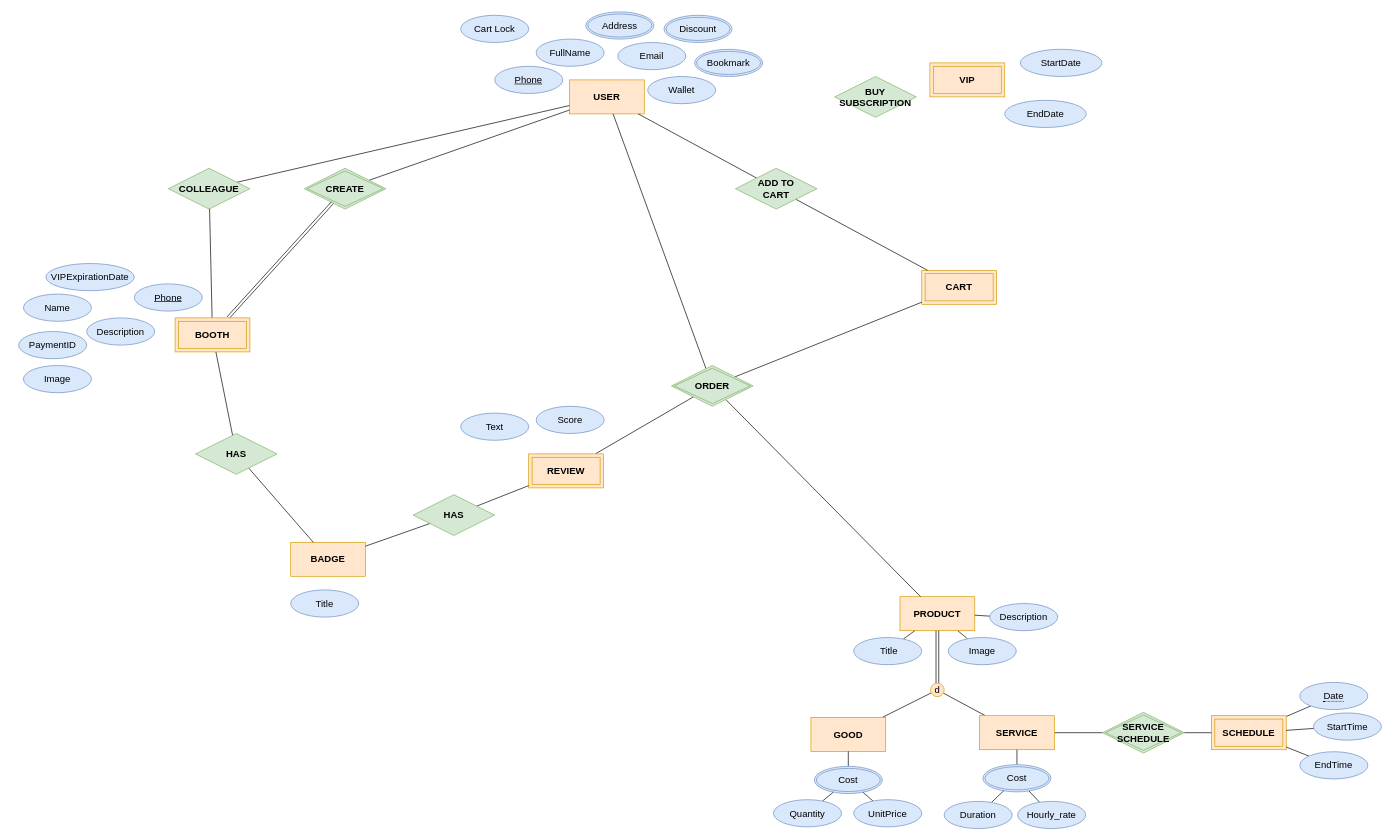
Before: DivarBasuEER.drawio in ReyhunSKhosravi/DivarBasu, a draw.io diagram. Source tidied: cells renumbered, new cells numbered last; positions are measured from the earlier drawing's top-left corner, leaving out a move shared by most shapes. Both pictures are drawn from the tidied source at 68%, with x=0, y=0 at pixel (18, 12).
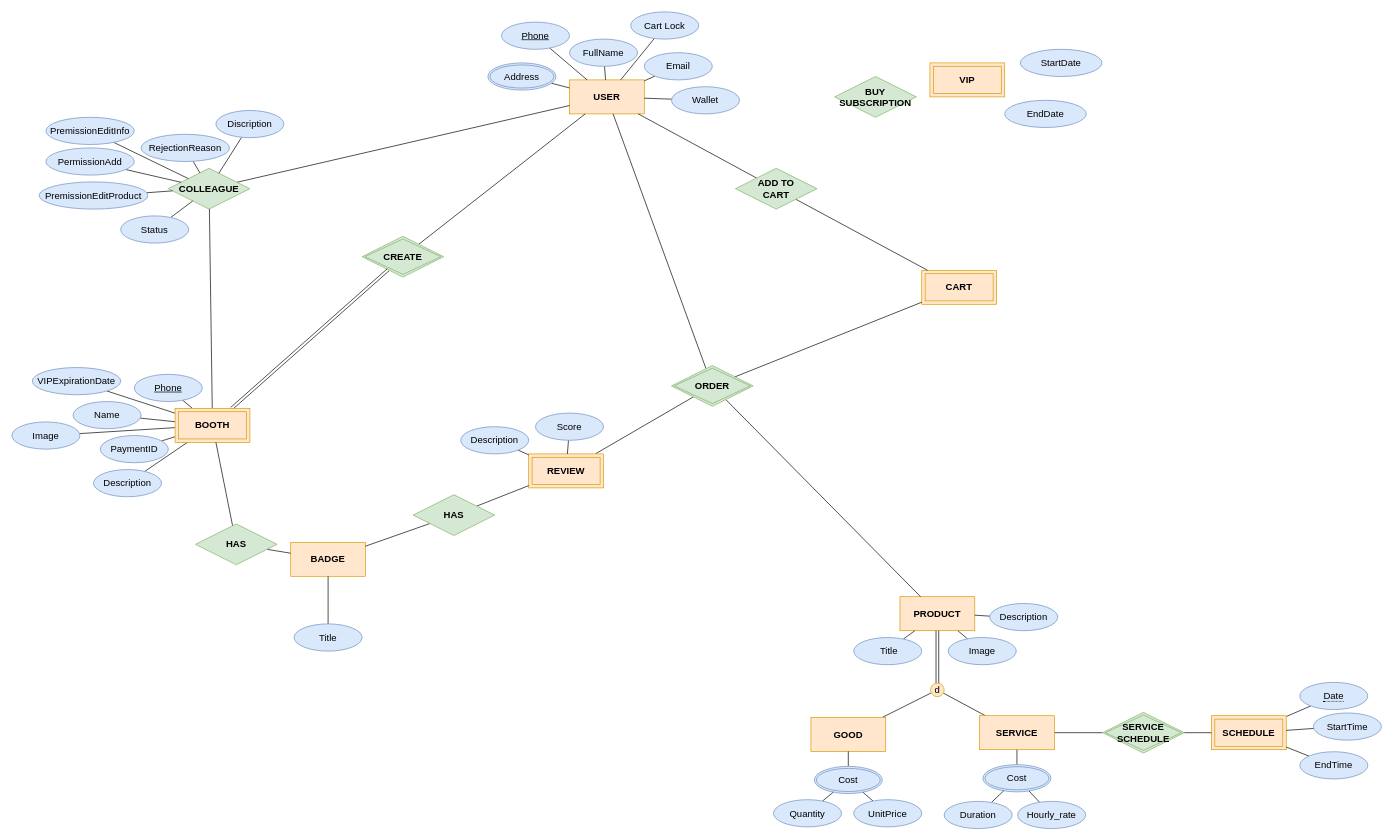
The same page after the edit.

Commit message:
add attributes to COLLEAGUE releation

The change refers to these unchanged cells:
```xml
<mxCell id="3" value="&lt;font style=&quot;font-size: 14px;&quot;&gt;&lt;b&gt;REVIEW&lt;/b&gt;&lt;/font&gt;" style="shape=ext;margin=3;double=1;whiteSpace=wrap;html=1;align=center;fillColor=#ffe6cc;strokeColor=#d79b00;" parent="1" vertex="1">
  <mxGeometry x="750" y="650" width="110" height="50" as="geometry" />
</mxCell>
<mxCell id="12" value="USER" style="whiteSpace=wrap;html=1;align=center;strokeColor=#d79b00;verticalAlign=middle;fontFamily=Helvetica;fontSize=14;fontColor=default;fillColor=#ffe6cc;fontStyle=1;" parent="1" vertex="1">
  <mxGeometry x="810" y="100" width="110" height="50" as="geometry" />
</mxCell>
<mxCell id="63" value="&lt;span style=&quot;font-size: 14px;&quot;&gt;&lt;b&gt;COLLEAGUE&lt;/b&gt;&lt;/span&gt;" style="shape=rhombus;perimeter=rhombusPerimeter;whiteSpace=wrap;html=1;align=center;fillColor=#d5e8d4;strokeColor=#82b366;" parent="1" vertex="1">
  <mxGeometry x="220" y="230" width="120" height="60" as="geometry" />
</mxCell>
<mxCell id="75" value="BADGE" style="whiteSpace=wrap;html=1;align=center;strokeColor=#d79b00;verticalAlign=middle;fontFamily=Helvetica;fontSize=14;fontColor=default;fillColor=#ffe6cc;fontStyle=1;" parent="1" vertex="1">
  <mxGeometry x="400" y="780" width="110" height="50" as="geometry" />
</mxCell>
```

Diff of the diagram source:
```diff
@@
+    <mxCell id="83" style="rounded=0;jettySize=auto;html=1;endArrow=none;endFill=0;" parent="1" edge="1" source="14" target="12">
+      <mxGeometry relative="1" as="geometry" />
+    </mxCell>
     <mxCell id="14" value="Address" style="ellipse;shape=doubleEllipse;margin=3;whiteSpace=wrap;html=1;align=center;fillColor=#dae8fc;strokeColor=#6c8ebf;fontSize=14;" parent="1" vertex="1">
-      <mxGeometry x="834" width="100" height="40" as="geometry" />
+      <mxGeometry x="690" y="75" width="100" height="40" as="geometry" />
     </mxCell>
+    <mxCell id="84" style="rounded=0;jettySize=auto;html=1;endArrow=none;endFill=0;" parent="1" edge="1" source="15" target="12">
+      <mxGeometry relative="1" as="geometry" />
+    </mxCell>
     <mxCell id="15" value="Phone" style="ellipse;whiteSpace=wrap;html=1;align=center;fontStyle=4;fillColor=#dae8fc;strokeColor=#6c8ebf;fontSize=14;" parent="1" vertex="1">
-      <mxGeometry x="700" y="80" width="100" height="40" as="geometry" />
+      <mxGeometry x="710" y="15" width="100" height="40" as="geometry" />
     </mxCell>
+    <mxCell id="85" style="rounded=0;jettySize=auto;html=1;endArrow=none;endFill=0;" parent="1" edge="1" source="16" target="12">
+      <mxGeometry relative="1" as="geometry" />
+    </mxCell>
     <mxCell id="16" value="Email" style="ellipse;whiteSpace=wrap;html=1;align=center;fillColor=#dae8fc;strokeColor=#6c8ebf;fontSize=14;" parent="1" vertex="1">
-      <mxGeometry x="881" y="45" width="100" height="40" as="geometry" />
+      <mxGeometry x="920" y="60" width="100" height="40" as="geometry" />
     </mxCell>
+    <mxCell id="86" style="rounded=0;jettySize=auto;html=1;endArrow=none;endFill=0;" parent="1" edge="1" source="17" target="12">
+      <mxGeometry relative="1" as="geometry" />
+    </mxCell>
     <mxCell id="17" value="Wallet" style="ellipse;whiteSpace=wrap;html=1;align=center;fillColor=#dae8fc;strokeColor=#6c8ebf;fontSize=14;" parent="1" vertex="1">
-      <mxGeometry x="925" y="95" width="100" height="40" as="geometry" />
+      <mxGeometry x="960" y="110" width="100" height="40" as="geometry" />
     </mxCell>
-    <mxCell id="18" value="Bookmark" style="ellipse;shape=doubleEllipse;margin=3;whiteSpace=wrap;html=1;align=center;fillColor=#dae8fc;strokeColor=#6c8ebf;fontSize=14;" parent="1" vertex="1">
-      <mxGeometry x="994" y="55" width="100" height="40" as="geometry" />
-    </mxCell>
+    <mxCell id="87" style="rounded=0;jettySize=auto;html=1;endArrow=none;endFill=0;" parent="1" edge="1" source="19" target="12">
+      <mxGeometry relative="1" as="geometry" />
+    </mxCell>
     <mxCell id="19" value="FullName" style="ellipse;whiteSpace=wrap;html=1;align=center;fillColor=#dae8fc;strokeColor=#6c8ebf;fontSize=14;" parent="1" vertex="1">
-      <mxGeometry x="761" y="40" width="100" height="40" as="geometry" />
+      <mxGeometry x="810" y="40" width="100" height="40" as="geometry" />
     </mxCell>
@@
+    <mxCell id="88" style="rounded=0;jettySize=auto;html=1;endArrow=none;endFill=0;" parent="1" edge="1" source="21" target="3">
+      <mxGeometry relative="1" as="geometry" />
+    </mxCell>
     <mxCell id="21" value="Score" style="ellipse;whiteSpace=wrap;html=1;align=center;fillColor=#dae8fc;strokeColor=#6c8ebf;fontSize=14;" parent="1" vertex="1">
-      <mxGeometry x="761" y="580" width="100" height="40" as="geometry" />
+      <mxGeometry x="760" y="590" width="100" height="40" as="geometry" />
     </mxCell>
+    <mxCell id="89" style="rounded=0;jettySize=auto;html=1;endArrow=none;endFill=0;" parent="1" edge="1" source="22" target="3">
+      <mxGeometry relative="1" as="geometry" />
+    </mxCell>
-    <mxCell id="22" value="Text" style="ellipse;whiteSpace=wrap;html=1;align=center;fillColor=#dae8fc;strokeColor=#6c8ebf;fontSize=14;" parent="1" vertex="1">
-      <mxGeometry x="650" y="590" width="100" height="40" as="geometry" />
+    <mxCell id="22" value="Description" style="ellipse;whiteSpace=wrap;html=1;align=center;fillColor=#dae8fc;strokeColor=#6c8ebf;fontSize=14;" parent="1" vertex="1">
+      <mxGeometry x="650" y="610" width="100" height="40" as="geometry" />
     </mxCell>
@@
-    <mxCell id="34" value="Discount" style="ellipse;shape=doubleEllipse;margin=3;whiteSpace=wrap;html=1;align=center;fillColor=#dae8fc;strokeColor=#6c8ebf;fontSize=14;" parent="1" vertex="1">
-      <mxGeometry x="949" y="5" width="100" height="40" as="geometry" />
-    </mxCell>
@@
+    <mxCell id="90" style="rounded=0;jettySize=auto;html=1;endArrow=none;endFill=0;" parent="1" edge="1" source="54" target="12">
+      <mxGeometry relative="1" as="geometry" />
+    </mxCell>
     <mxCell id="54" value="Cart Lock" style="ellipse;whiteSpace=wrap;html=1;align=center;fillColor=#dae8fc;strokeColor=#6c8ebf;fontSize=14;" parent="1" vertex="1">
-      <mxGeometry x="650" y="5" width="100" height="40" as="geometry" />
+      <mxGeometry x="900" width="100" height="40" as="geometry" />
     </mxCell>
@@
     <mxCell id="65" value="&lt;span style=&quot;font-size: 14px;&quot;&gt;&lt;b&gt;CREATE&lt;/b&gt;&lt;/span&gt;" style="shape=rhombus;double=1;perimeter=rhombusPerimeter;whiteSpace=wrap;html=1;align=center;fillColor=#d5e8d4;strokeColor=#82b366;" parent="1" vertex="1">
-      <mxGeometry x="420" y="230" width="120" height="60" as="geometry" />
+      <mxGeometry x="505" y="330" width="120" height="60" as="geometry" />
     </mxCell>
+    <mxCell id="91" style="rounded=0;jettySize=auto;html=1;endArrow=none;endFill=0;" parent="1" edge="1" source="66" target="74">
+      <mxGeometry relative="1" as="geometry" />
+    </mxCell>
     <mxCell id="66" value="Phone" style="ellipse;whiteSpace=wrap;html=1;align=center;fontStyle=4;fillColor=#dae8fc;strokeColor=#6c8ebf;fontSize=14;" parent="1" vertex="1">
-      <mxGeometry x="170" y="400" width="100" height="40" as="geometry" />
+      <mxGeometry x="170" y="533" width="100" height="40" as="geometry" />
     </mxCell>
+    <mxCell id="92" style="rounded=0;jettySize=auto;html=1;endArrow=none;endFill=0;" parent="1" edge="1" source="67" target="74">
+      <mxGeometry relative="1" as="geometry" />
+    </mxCell>
     <mxCell id="67" value="VIPExpirationDate" style="ellipse;whiteSpace=wrap;html=1;align=center;fillColor=#dae8fc;strokeColor=#6c8ebf;fontSize=14;" parent="1" vertex="1">
-      <mxGeometry x="40" y="370" width="130" height="40" as="geometry" />
+      <mxGeometry x="20" y="523" width="130" height="40" as="geometry" />
     </mxCell>
+    <mxCell id="93" style="rounded=0;jettySize=auto;html=1;endArrow=none;endFill=0;" parent="1" edge="1" source="68" target="74">
+      <mxGeometry relative="1" as="geometry" />
+    </mxCell>
     <mxCell id="68" value="Name" style="ellipse;whiteSpace=wrap;html=1;align=center;fillColor=#dae8fc;strokeColor=#6c8ebf;fontSize=14;" parent="1" vertex="1">
-      <mxGeometry x="7" y="415" width="100" height="40" as="geometry" />
+      <mxGeometry x="80" y="573" width="100" height="40" as="geometry" />
     </mxCell>
+    <mxCell id="94" style="rounded=0;jettySize=auto;html=1;endArrow=none;endFill=0;" parent="1" edge="1" source="69" target="74">
+      <mxGeometry relative="1" as="geometry" />
+    </mxCell>
     <mxCell id="69" value="Description" style="ellipse;whiteSpace=wrap;html=1;align=center;fillColor=#dae8fc;strokeColor=#6c8ebf;fontSize=14;" parent="1" vertex="1">
-      <mxGeometry x="100" y="450" width="100" height="40" as="geometry" />
+      <mxGeometry x="110" y="673" width="100" height="40" as="geometry" />
     </mxCell>
+    <mxCell id="95" style="rounded=0;jettySize=auto;html=1;endArrow=none;endFill=0;" parent="1" edge="1" source="70" target="74">
+      <mxGeometry relative="1" as="geometry" />
+    </mxCell>
     <mxCell id="70" value="Image" style="ellipse;whiteSpace=wrap;html=1;align=center;fillColor=#dae8fc;strokeColor=#6c8ebf;fontSize=14;" parent="1" vertex="1">
-      <mxGeometry x="7" y="520" width="100" height="40" as="geometry" />
+      <mxGeometry x="-10" y="603" width="100" height="40" as="geometry" />
     </mxCell>
+    <mxCell id="96" style="rounded=0;jettySize=auto;html=1;endArrow=none;endFill=0;" parent="1" edge="1" source="71" target="74">
+      <mxGeometry relative="1" as="geometry" />
+    </mxCell>
     <mxCell id="71" value="PaymentID" style="ellipse;whiteSpace=wrap;html=1;align=center;fillColor=#dae8fc;strokeColor=#6c8ebf;fontSize=14;" parent="1" vertex="1">
-      <mxGeometry y="470" width="100" height="40" as="geometry" />
+      <mxGeometry x="120" y="623" width="100" height="40" as="geometry" />
     </mxCell>
@@
     <mxCell id="74" value="&lt;font style=&quot;font-size: 14px;&quot;&gt;&lt;b&gt;BOOTH&lt;/b&gt;&lt;/font&gt;" style="shape=ext;margin=3;double=1;whiteSpace=wrap;html=1;align=center;fillColor=#ffe6cc;strokeColor=#d79b00;" parent="1" vertex="1">
-      <mxGeometry x="230" y="450" width="110" height="50" as="geometry" />
+      <mxGeometry x="230" y="583" width="110" height="50" as="geometry" />
     </mxCell>
@@
+    <mxCell id="97" style="rounded=0;jettySize=auto;html=1;endArrow=none;endFill=0;" parent="1" edge="1" source="76" target="75">
+      <mxGeometry relative="1" as="geometry" />
+    </mxCell>
     <mxCell id="76" value="Title" style="ellipse;whiteSpace=wrap;html=1;align=center;fillColor=#dae8fc;strokeColor=#6c8ebf;fontSize=14;" parent="1" vertex="1">
-      <mxGeometry x="400" y="850" width="100" height="40" as="geometry" />
+      <mxGeometry x="405" y="900" width="100" height="40" as="geometry" />
     </mxCell>
@@
     <mxCell id="82" value="&lt;span style=&quot;font-size: 14px;&quot;&gt;&lt;b&gt;HAS&lt;/b&gt;&lt;/span&gt;" style="shape=rhombus;perimeter=rhombusPerimeter;whiteSpace=wrap;html=1;align=center;fillColor=#d5e8d4;strokeColor=#82b366;" parent="1" vertex="1">
-      <mxGeometry x="260" y="620" width="120" height="60" as="geometry" />
+      <mxGeometry x="260" y="753" width="120" height="60" as="geometry" />
     </mxCell>
+    <mxCell id="98" style="rounded=0;jettySize=auto;html=1;endArrow=none;endFill=0;" parent="1" edge="1" source="99" target="63">
+      <mxGeometry relative="1" as="geometry" />
+    </mxCell>
+    <mxCell id="99" value="Status" style="ellipse;whiteSpace=wrap;html=1;align=center;fillColor=#dae8fc;strokeColor=#6c8ebf;fontSize=14;" parent="1" vertex="1">
+      <mxGeometry x="150" y="300" width="100" height="40" as="geometry" />
+    </mxCell>
+    <mxCell id="100" style="rounded=0;jettySize=auto;html=1;endArrow=none;endFill=0;" parent="1" edge="1" source="101" target="63">
+      <mxGeometry relative="1" as="geometry" />
+    </mxCell>
+    <mxCell id="101" value="Discription" style="ellipse;whiteSpace=wrap;html=1;align=center;fillColor=#dae8fc;strokeColor=#6c8ebf;fontSize=14;" parent="1" vertex="1">
+      <mxGeometry x="290" y="145" width="100" height="40" as="geometry" />
+    </mxCell>
+    <mxCell id="102" style="rounded=0;jettySize=auto;html=1;endArrow=none;endFill=0;" parent="1" edge="1" source="103" target="63">
+      <mxGeometry relative="1" as="geometry" />
+    </mxCell>
+    <mxCell id="103" value="RejectionReason" style="ellipse;whiteSpace=wrap;html=1;align=center;fillColor=#dae8fc;strokeColor=#6c8ebf;fontSize=14;" parent="1" vertex="1">
+      <mxGeometry x="180" y="180" width="130" height="40" as="geometry" />
+    </mxCell>
+    <mxCell id="104" style="rounded=0;jettySize=auto;html=1;endArrow=none;endFill=0;" parent="1" edge="1" source="105" target="63">
+      <mxGeometry relative="1" as="geometry" />
+    </mxCell>
+    <mxCell id="105" value="PremissionEditInfo" style="ellipse;whiteSpace=wrap;html=1;align=center;fillColor=#dae8fc;strokeColor=#6c8ebf;fontSize=14;" parent="1" vertex="1">
+      <mxGeometry x="40" y="155" width="130" height="40" as="geometry" />
+    </mxCell>
+    <mxCell id="106" style="rounded=0;jettySize=auto;html=1;endArrow=none;endFill=0;" parent="1" edge="1" source="107" target="63">
+      <mxGeometry relative="1" as="geometry" />
+    </mxCell>
+    <mxCell id="107" value="PermissionAdd" style="ellipse;whiteSpace=wrap;html=1;align=center;fillColor=#dae8fc;strokeColor=#6c8ebf;fontSize=14;" parent="1" vertex="1">
+      <mxGeometry x="40" y="200" width="130" height="40" as="geometry" />
+    </mxCell>
+    <mxCell id="108" style="rounded=0;jettySize=auto;html=1;endArrow=none;endFill=0;" parent="1" edge="1" source="109" target="63">
+      <mxGeometry relative="1" as="geometry" />
+    </mxCell>
+    <mxCell id="109" value="PremissionEditProduct" style="ellipse;whiteSpace=wrap;html=1;align=center;fillColor=#dae8fc;strokeColor=#6c8ebf;fontSize=14;" parent="1" vertex="1">
+      <mxGeometry x="30" y="250" width="160" height="40" as="geometry" />
+    </mxCell>
```
